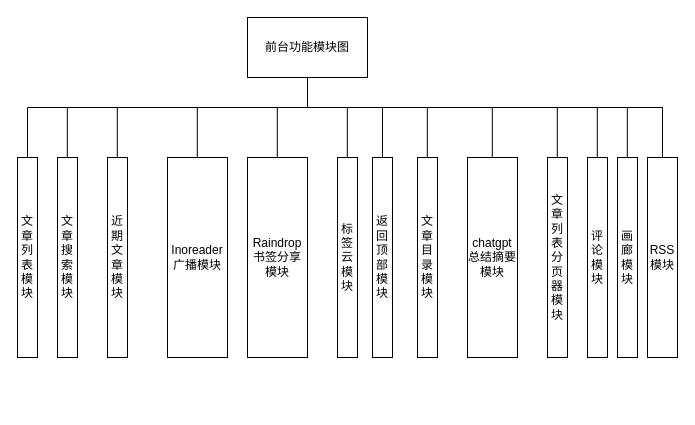
Before: diagrams/前台功能模块图.drawio in real-jiakai/draw, a draw.io diagram. Source tidied: cells renumbered, new cells numbered last; positions are measured from the earlier drawing's top-left corner, leaving out a move shared by most shapes. Both pictures are drawn from the tidied source at 100%, with x=0, y=0 at pixel (17, 17).
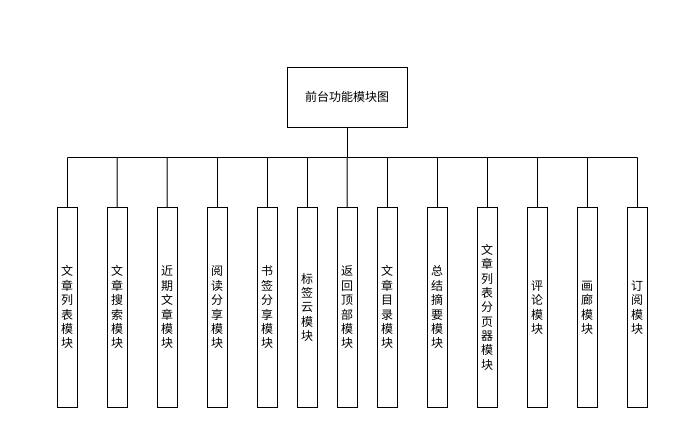
Above is the later version.

Commit message:
Update 前台功能模块图.drawio

The edit, as a diff of the source:
```diff
@@
     <mxCell id="2" value="前台功能模块图" style="rounded=0;whiteSpace=wrap;html=1;" parent="1" vertex="1">
-      <mxGeometry x="230" width="120" height="60" as="geometry" />
+      <mxGeometry x="270" y="50" width="120" height="60" as="geometry" />
     </mxCell>
     <mxCell id="3" value="文章列表模块" style="rounded=0;whiteSpace=wrap;html=1;" parent="1" vertex="1">
-      <mxGeometry y="140" width="20" height="200" as="geometry" />
+      <mxGeometry x="40" y="190" width="20" height="200" as="geometry" />
     </mxCell>
     <mxCell id="4" value="文章搜索模块" style="rounded=0;whiteSpace=wrap;html=1;" parent="1" vertex="1">
-      <mxGeometry x="40" y="140" width="20" height="200" as="geometry" />
+      <mxGeometry x="90" y="190" width="20" height="200" as="geometry" />
     </mxCell>
     <mxCell id="5" value="近期文章模块" style="rounded=0;whiteSpace=wrap;html=1;" parent="1" vertex="1">
-      <mxGeometry x="90" y="140" width="20" height="200" as="geometry" />
+      <mxGeometry x="140" y="190" width="20" height="200" as="geometry" />
     </mxCell>
-    <mxCell id="6" value="Inoreader广播模块" style="rounded=0;whiteSpace=wrap;html=1;" parent="1" vertex="1">
-      <mxGeometry x="150" y="140" width="60" height="200" as="geometry" />
+    <mxCell id="6" style="rounded=0;whiteSpace=wrap;html=1;" parent="1" vertex="1">
+      <mxGeometry x="190" y="190" width="20" height="200" as="geometry" />
     </mxCell>
-    <mxCell id="7" value="Raindrop书签分享模块" style="rounded=0;whiteSpace=wrap;html=1;" parent="1" vertex="1">
-      <mxGeometry x="230" y="140" width="60" height="200" as="geometry" />
-    </mxCell>
     <mxCell id="8" value="标签云模块" style="rounded=0;whiteSpace=wrap;html=1;" parent="1" vertex="1">
-      <mxGeometry x="320" y="140" width="20" height="200" as="geometry" />
+      <mxGeometry x="280" y="190" width="20" height="200" as="geometry" />
     </mxCell>
     <mxCell id="9" value="返回顶部模块" style="rounded=0;whiteSpace=wrap;html=1;" parent="1" vertex="1">
-      <mxGeometry x="355" y="140" width="20" height="200" as="geometry" />
+      <mxGeometry x="320" y="190" width="20" height="200" as="geometry" />
     </mxCell>
     <mxCell id="10" value="文章目录模块" style="rounded=0;whiteSpace=wrap;html=1;" parent="1" vertex="1">
-      <mxGeometry x="400" y="140" width="20" height="200" as="geometry" />
+      <mxGeometry x="360" y="190" width="20" height="200" as="geometry" />
     </mxCell>
-    <mxCell id="11" value="chatgpt总结摘要模块" style="rounded=0;whiteSpace=wrap;html=1;" parent="1" vertex="1">
-      <mxGeometry x="450" y="140" width="50" height="200" as="geometry" />
+    <mxCell id="11" value="总结摘要模块" style="rounded=0;whiteSpace=wrap;html=1;" parent="1" vertex="1">
+      <mxGeometry x="410" y="190" width="20" height="200" as="geometry" />
     </mxCell>
     <mxCell id="12" value="文章列表分页器模块" style="rounded=0;whiteSpace=wrap;html=1;" parent="1" vertex="1">
-      <mxGeometry x="530" y="140" width="20" height="200" as="geometry" />
+      <mxGeometry x="460" y="190" width="20" height="200" as="geometry" />
     </mxCell>
     <mxCell id="13" value="评论模块" style="rounded=0;whiteSpace=wrap;html=1;" parent="1" vertex="1">
-      <mxGeometry x="570" y="140" width="20" height="200" as="geometry" />
+      <mxGeometry x="510" y="190" width="20" height="200" as="geometry" />
     </mxCell>
     <mxCell id="14" value="画廊模块" style="rounded=0;whiteSpace=wrap;html=1;" parent="1" vertex="1">
-      <mxGeometry x="600" y="140" width="20" height="200" as="geometry" />
+      <mxGeometry x="560" y="190" width="20" height="200" as="geometry" />
     </mxCell>
-    <mxCell id="15" value="RSS模块" style="rounded=0;whiteSpace=wrap;html=1;" parent="1" vertex="1">
-      <mxGeometry x="630" y="140" width="30" height="200" as="geometry" />
+    <mxCell id="15" value="订阅模块" style="rounded=0;whiteSpace=wrap;html=1;" parent="1" vertex="1">
+      <mxGeometry x="610" y="190" width="20" height="200" as="geometry" />
     </mxCell>
     <mxCell id="16" style="endArrow=none;html=1;rounded=0;entryX=0.5;entryY=1;entryDx=0;entryDy=0;" parent="1" edge="1" target="2">
       <mxGeometry relative="1" as="geometry">
-        <mxPoint x="10" y="140" as="sourcePoint" />
+        <mxPoint x="50" y="190" as="sourcePoint" />
         <Array as="points">
-          <mxPoint x="10" y="90" />
-          <mxPoint x="290" y="90" />
+          <mxPoint x="50" y="140" />
+          <mxPoint x="330" y="140" />
         </Array>
       </mxGeometry>
     </mxCell>
     <mxCell id="17" style="endArrow=none;html=1;rounded=0;" parent="1" edge="1">
       <mxGeometry relative="1" as="geometry">
-        <mxPoint x="49.8" y="140" as="sourcePoint" />
-        <mxPoint x="49.8" y="90" as="targetPoint" />
+        <mxPoint x="99.7" y="190" as="sourcePoint" />
+        <mxPoint x="99.7" y="140" as="targetPoint" />
       </mxGeometry>
     </mxCell>
     <mxCell id="18" style="endArrow=none;html=1;rounded=0;" parent="1" edge="1">
       <mxGeometry relative="1" as="geometry">
-        <mxPoint x="99.8" y="140" as="sourcePoint" />
-        <mxPoint x="99.8" y="90" as="targetPoint" />
+        <mxPoint x="149.7" y="190" as="sourcePoint" />
+        <mxPoint x="149.7" y="140" as="targetPoint" />
       </mxGeometry>
     </mxCell>
     <mxCell id="19" style="endArrow=none;html=1;rounded=0;" parent="1" edge="1">
       <mxGeometry relative="1" as="geometry">
-        <mxPoint x="179.8" y="140" as="sourcePoint" />
-        <mxPoint x="179.8" y="90" as="targetPoint" />
+        <mxPoint x="200" y="190" as="sourcePoint" />
+        <mxPoint x="200" y="140" as="targetPoint" />
       </mxGeometry>
     </mxCell>
     <mxCell id="20" style="endArrow=none;html=1;rounded=0;" parent="1" edge="1">
       <mxGeometry relative="1" as="geometry">
-        <mxPoint x="259.8" y="140" as="sourcePoint" />
-        <mxPoint x="259.8" y="90" as="targetPoint" />
+        <mxPoint x="250" y="190" as="sourcePoint" />
+        <mxPoint x="250" y="140" as="targetPoint" />
       </mxGeometry>
     </mxCell>
-    <mxCell id="21" style="endArrow=none;html=1;rounded=0;exitX=0.5;exitY=0;exitDx=0;exitDy=0;" parent="1" edge="1" source="15">
-      <mxGeometry relative="1" as="geometry">
-        <mxPoint x="290" y="60" as="targetPoint" />
-        <Array as="points">
-          <mxPoint x="645" y="90" />
-          <mxPoint x="290" y="90" />
-        </Array>
-      </mxGeometry>
-    </mxCell>
     <mxCell id="22" style="endArrow=none;html=1;rounded=0;" parent="1" edge="1">
       <mxGeometry relative="1" as="geometry">
-        <mxPoint x="329.8" y="140" as="sourcePoint" />
-        <mxPoint x="329.8" y="90" as="targetPoint" />
+        <mxPoint x="290" y="190" as="sourcePoint" />
+        <mxPoint x="290" y="140" as="targetPoint" />
       </mxGeometry>
     </mxCell>
     <mxCell id="23" style="endArrow=none;html=1;rounded=0;" parent="1" edge="1">
       <mxGeometry relative="1" as="geometry">
-        <mxPoint x="365" y="140" as="sourcePoint" />
-        <mxPoint x="365" y="90" as="targetPoint" />
+        <mxPoint x="329.7" y="190" as="sourcePoint" />
+        <mxPoint x="329.7" y="140" as="targetPoint" />
       </mxGeometry>
     </mxCell>
     <mxCell id="24" style="endArrow=none;html=1;rounded=0;" parent="1" edge="1">
       <mxGeometry relative="1" as="geometry">
-        <mxPoint x="409.8" y="140" as="sourcePoint" />
-        <mxPoint x="409.8" y="90" as="targetPoint" />
+        <mxPoint x="370" y="190" as="sourcePoint" />
+        <mxPoint x="370" y="140" as="targetPoint" />
       </mxGeometry>
     </mxCell>
     <mxCell id="25" style="endArrow=none;html=1;rounded=0;" parent="1" edge="1">
       <mxGeometry relative="1" as="geometry">
-        <mxPoint x="474.8" y="140" as="sourcePoint" />
-        <mxPoint x="474.8" y="90" as="targetPoint" />
+        <mxPoint x="420" y="190" as="sourcePoint" />
+        <mxPoint x="420" y="140" as="targetPoint" />
       </mxGeometry>
     </mxCell>
     <mxCell id="26" style="endArrow=none;html=1;rounded=0;" parent="1" edge="1">
       <mxGeometry relative="1" as="geometry">
-        <mxPoint x="539.8" y="140" as="sourcePoint" />
-        <mxPoint x="539.8" y="90" as="targetPoint" />
+        <mxPoint x="470" y="190" as="sourcePoint" />
+        <mxPoint x="470" y="140" as="targetPoint" />
       </mxGeometry>
     </mxCell>
     <mxCell id="27" style="endArrow=none;html=1;rounded=0;" parent="1" edge="1">
       <mxGeometry relative="1" as="geometry">
-        <mxPoint x="579.8" y="140" as="sourcePoint" />
-        <mxPoint x="579.8" y="90" as="targetPoint" />
+        <mxPoint x="520" y="190" as="sourcePoint" />
+        <mxPoint x="520" y="140" as="targetPoint" />
       </mxGeometry>
     </mxCell>
     <mxCell id="28" style="endArrow=none;html=1;rounded=0;" parent="1" edge="1">
       <mxGeometry relative="1" as="geometry">
-        <mxPoint x="609.8" y="140" as="sourcePoint" />
-        <mxPoint x="609.8" y="90" as="targetPoint" />
+        <mxPoint x="570" y="190" as="sourcePoint" />
+        <mxPoint x="570" y="140" as="targetPoint" />
       </mxGeometry>
     </mxCell>
+    <mxCell id="29" value="阅读分享模块" style="text;html=1;strokeColor=none;fillColor=none;align=center;verticalAlign=middle;whiteSpace=wrap;rounded=0;" parent="1" vertex="1">
+      <mxGeometry x="190" y="233.8" width="20" height="112.5" as="geometry" />
+    </mxCell>
+    <mxCell id="30" value="书签分享模块" style="rounded=0;whiteSpace=wrap;html=1;" parent="1" vertex="1">
+      <mxGeometry x="240" y="190" width="20" height="200" as="geometry" />
+    </mxCell>
+    <mxCell id="31" style="endArrow=none;html=1;rounded=0;" parent="1" edge="1">
+      <mxGeometry relative="1" as="geometry">
+        <mxPoint x="330" y="140" as="sourcePoint" />
+        <mxPoint x="620" y="140" as="targetPoint" />
+      </mxGeometry>
+    </mxCell>
+    <mxCell id="32" style="endArrow=none;html=1;rounded=0;exitX=0.5;exitY=0;exitDx=0;exitDy=0;" parent="1" edge="1" source="15">
+      <mxGeometry relative="1" as="geometry">
+        <mxPoint x="620" y="140" as="targetPoint" />
+      </mxGeometry>
+    </mxCell>
```
